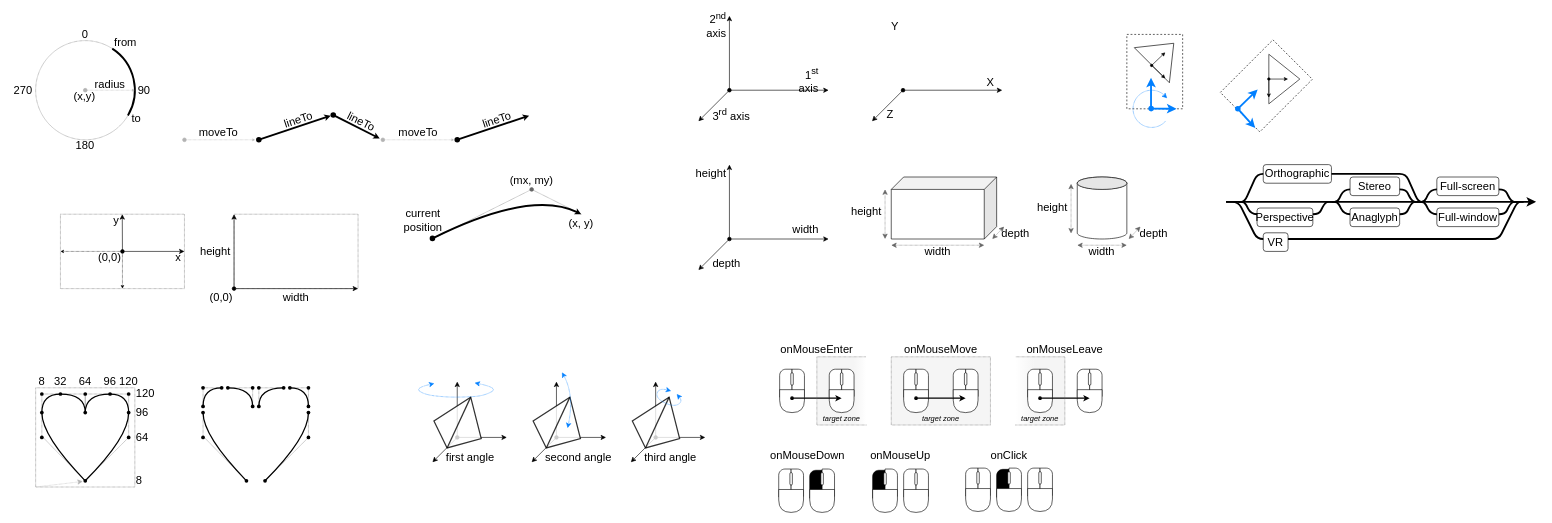
Before: docs/images/images.drawio in boytchev/suica, a draw.io diagram. Source tidied: cells renumbered, new cells numbered last; positions are measured from the earlier drawing's top-left corner, leaving out a move shared by most shapes. Both pictures are drawn from the tidied source at 62%, with x=0, y=0 at pixel (11, 16).
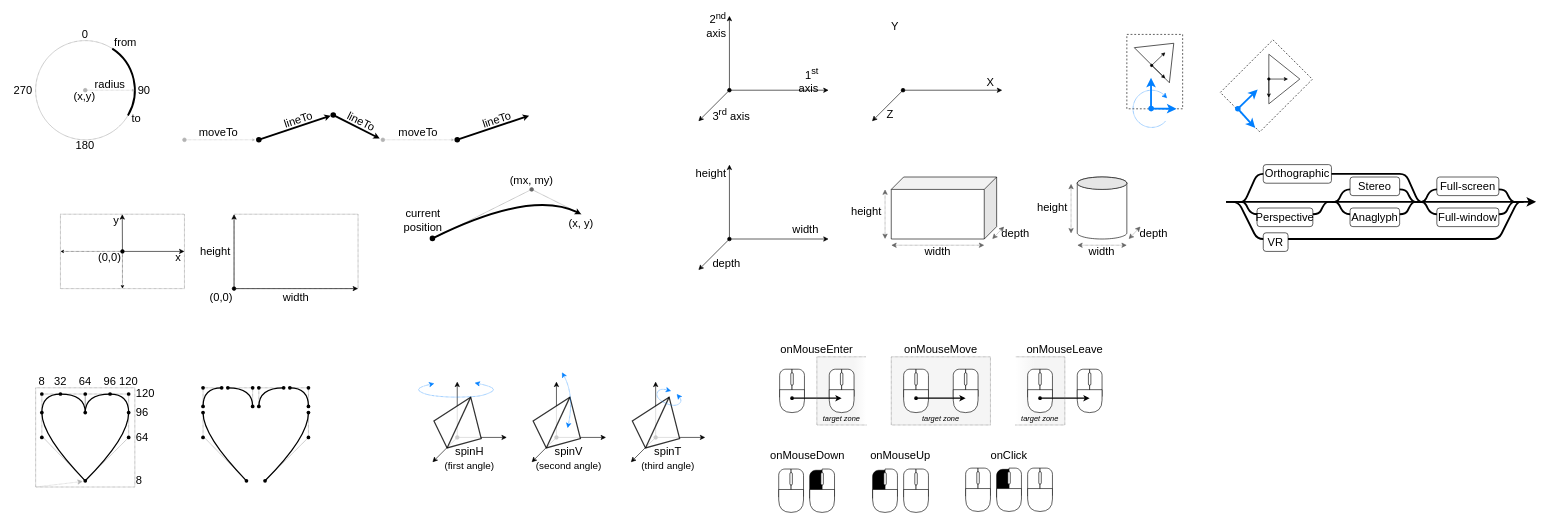
After the change.

The edit, as a diff of the source:
```diff
@@
-    <mxCell id="60" value="first angle" style="text;html=1;strokeColor=none;fillColor=none;align=left;verticalAlign=middle;whiteSpace=wrap;rounded=0;fontFamily=Calibri;fontSize=18;" parent="1" vertex="1">
-      <mxGeometry x="700" y="703" width="120" height="20" as="geometry" />
+    <mxCell id="60" value="spinH&lt;br&gt;&lt;font style=&quot;font-size: 16px&quot;&gt;(first angle)&lt;/font&gt;" style="text;html=1;strokeColor=none;fillColor=none;align=center;verticalAlign=middle;whiteSpace=wrap;rounded=0;fontFamily=Calibri;fontSize=18;" parent="1" vertex="1">
+      <mxGeometry x="680" y="690" width="120" height="47" as="geometry" />
     </mxCell>
-    <mxCell id="61" value="second angle" style="text;html=1;strokeColor=none;fillColor=none;align=left;verticalAlign=middle;whiteSpace=wrap;rounded=0;fontFamily=Calibri;fontSize=18;" parent="1" vertex="1">
-      <mxGeometry x="860" y="703" width="120" height="20" as="geometry" />
+    <mxCell id="61" value="spinV&lt;br&gt;&lt;font style=&quot;font-size: 16px&quot;&gt;(second angle)&lt;/font&gt;" style="text;html=1;strokeColor=none;fillColor=none;align=center;verticalAlign=middle;whiteSpace=wrap;rounded=0;fontFamily=Calibri;fontSize=18;" parent="1" vertex="1">
+      <mxGeometry x="840" y="690" width="120" height="47" as="geometry" />
     </mxCell>
-    <mxCell id="62" value="third angle" style="text;html=1;strokeColor=none;fillColor=none;align=left;verticalAlign=middle;whiteSpace=wrap;rounded=0;fontFamily=Calibri;fontSize=18;" parent="1" vertex="1">
-      <mxGeometry x="1020" y="703" width="120" height="20" as="geometry" />
+    <mxCell id="62" value="spinT&lt;br&gt;&lt;font style=&quot;font-size: 16px&quot;&gt;(third angle)&lt;/font&gt;" style="text;html=1;strokeColor=none;fillColor=none;align=center;verticalAlign=middle;whiteSpace=wrap;rounded=0;fontFamily=Calibri;fontSize=18;" parent="1" vertex="1">
+      <mxGeometry x="1000" y="690" width="120" height="47" as="geometry" />
     </mxCell>
```
